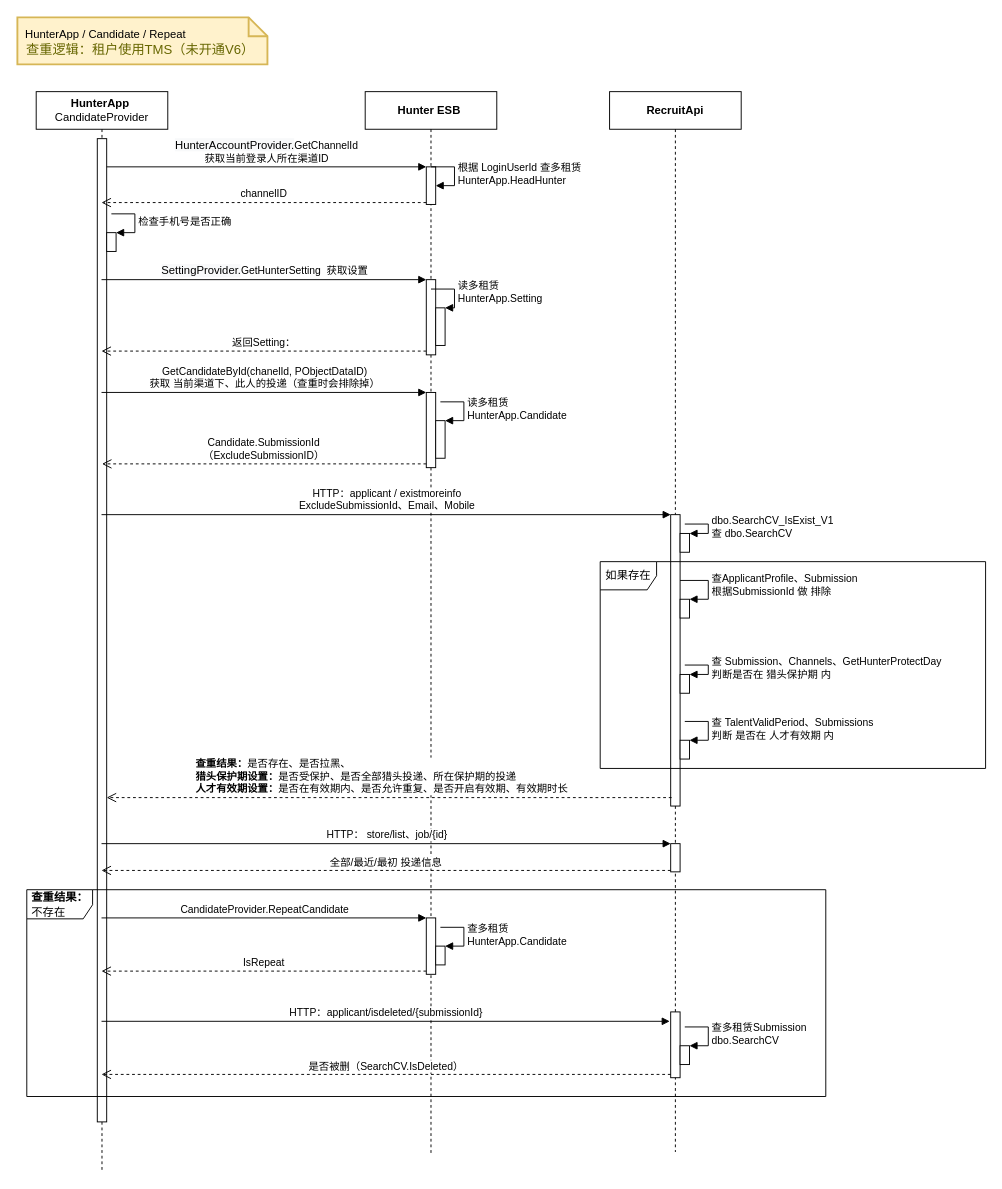
This is 线上1113前猎头查重逻辑.drawio from Lucas20029/MyDiagrams, a draw.io file, before an edit. Source tidied: cells renumbered, new cells numbered last; positions are measured from the earlier drawing's top-left corner, leaving out a move shared by most shapes. Both pictures are drawn from the tidied source at 94%, with x=0, y=0 at pixel (17, 17).
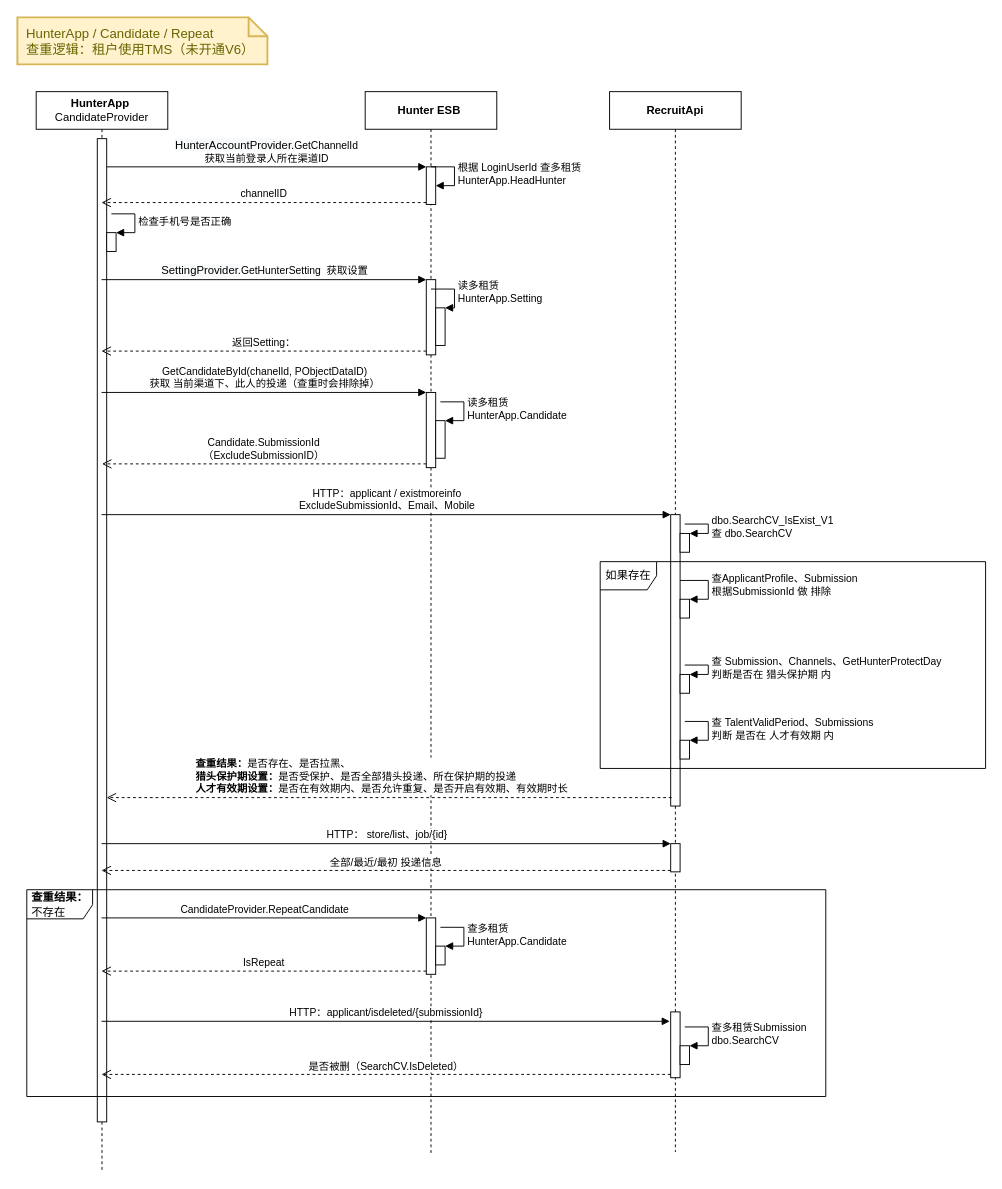
The same diagram, later.

Commit message (it also covers changes not shown here):
Update 线上1113前猎头查重逻辑.drawio

What changed in the source:
```diff
@@
-    <mxCell id="49" value="&lt;span style=&quot;color: rgb(0 , 0 , 0) ; font-size: 12px&quot;&gt;&amp;nbsp; HunterApp / Candidate / Repeat&lt;/span&gt;&lt;br&gt;&amp;nbsp; 查重逻辑：租户使用TMS（未开通V6）" style="shape=note;strokeWidth=2;fontSize=14;size=20;whiteSpace=wrap;html=1;fillColor=#fff2cc;strokeColor=#d6b656;fontColor=#666600;align=left;" parent="1" vertex="1">
+    <mxCell id="49" value="&amp;nbsp; HunterApp / Candidate / Repeat&lt;br&gt;&amp;nbsp; 查重逻辑：租户使用TMS（未开通V6）" style="shape=note;strokeWidth=2;fontSize=14;size=20;whiteSpace=wrap;html=1;fillColor=#fff2cc;strokeColor=#d6b656;fontColor=#666600;align=left;" parent="1" vertex="1">
       <mxGeometry width="266" height="50" as="geometry" />
     </mxCell>
```
